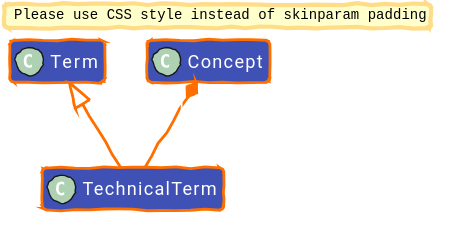
The PlantUML diagram diagrams/out/uctm-technical-term_dark.svg in EKGF/ekg-method, before a commit. Source of this version:
```plantuml
@startuml
!option handwritten true
!define BG_MAIN_COLOR      #4051b5
!define BG_SECONDARY_COLOR #4051b5
!define BG_PACKAGE_COLOR   #4051b5
!define BORDER_COLOR       #ff6f00
!define FONT_COLOR         #ffffff
!define ARROW_COLOR        #ff6f00

skinparam backgroundColor transparent

skinparam Padding 2
skinparam RoundCorner 6
skinparam Shadowing false
skinparam HyperlinkUnderline true
skinparam HyperlinkColor #ff6f00
skinparam ranksep 40
skinparam nodesep 30

skinparam Default {
FontName "Roboto"
FontColor FONT_COLOR
FontSize 13
}

skinparam Arrow {
Color ARROW_COLOR
FontColor #ffffff
FontStyle normal
Thickness 2
}

skinparam class {
BackgroundColor BG_MAIN_COLOR
BorderColor BORDER_COLOR
BorderThickness 2
FontColor FONT_COLOR
AttributeFontColor FONT_COLOR
ArrowColor ARROW_COLOR
ArrowThickness 2
}

skinparam package {
FontColor FONT_COLOR
BackgroundColor BG_MAIN_COLOR
BorderColor BORDER_COLOR
}

skinparam state {
BackgroundColor BG_MAIN_COLOR
FontColor FONT_COLOR
AttributeFontColor FONT_COLOR
ArrowColor ARROW_COLOR
BorderColor BORDER_COLOR
BorderThickness 2
StartColor #ffffff
EndColor #ffffff
}

skinparam StateStartColor #ffffff
skinparam StateEndColor #ffffff
skinparam StateStartBackgroundColor #ffffff
skinparam StateEndBackgroundColor #ffffff
skinparam StateStartBorderColor #ffffff
skinparam StateEndBorderColor #ffffff
skinparam StateStartFillColor #ffffff
skinparam StateEndFillColor #ffffff

top to bottom direction
hide members

class "Term" as Term [[/concept/term/#ontology]]
class "TechnicalTerm" as TechnicalTerm [[/concept/term/technical-term/#ontology]]
class "Concept" as Concept [[/concept/concept/#ontology]]

Term <|-- TechnicalTerm

Concept "1" *-- "1..*" TechnicalTerm : owns
@enduml
```
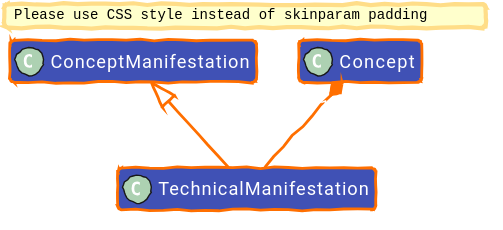
Later version of the same file.

The edit, as a diff of the source:
```diff
@@ -69,11 +69,11 @@
 top to bottom direction
 hide members
 
-class "Term" as Term [[/concept/term/#ontology]]
-class "TechnicalTerm" as TechnicalTerm [[/concept/term/technical-term/#ontology]]
+class "ConceptManifestation" as ConceptManifestation [[/concept/term/#ontology]]
+class "TechnicalManifestation" as TechnicalManifestation [[/concept/term/technical-term/#ontology]]
 class "Concept" as Concept [[/concept/concept/#ontology]]
 
-Term <|-- TechnicalTerm
+ConceptManifestation <|-- TechnicalManifestation
 
-Concept "1" *-- "1..*" TechnicalTerm : owns
+Concept "1" *-- "0..*" TechnicalManifestation : :hasManifestation
 @enduml
```
